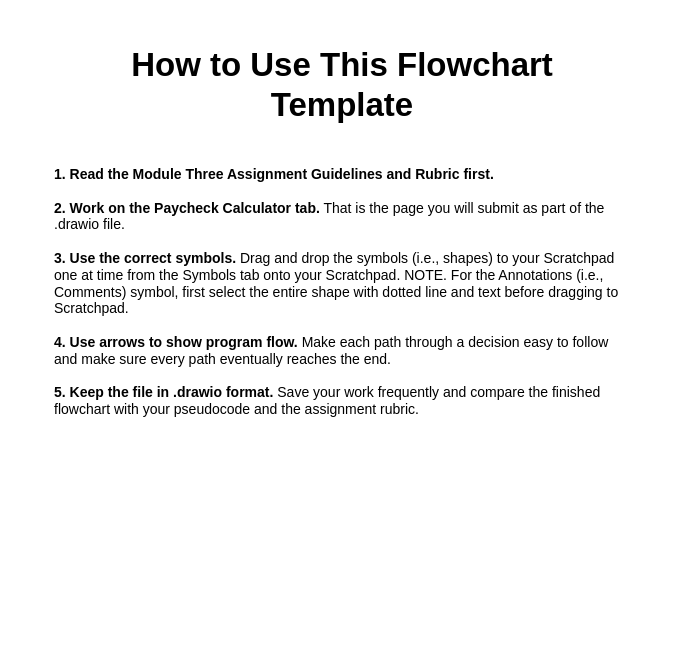
GC-STEM/it140-m3-assignment keeps this draw.io diagram as page "README" (2 of 5) of design/paycheck_calculator.drawio. Above is the earlier version. Source tidied: cells renumbered, new cells numbered last; positions are measured from the earlier drawing's top-left corner, leaving out a move shared by most shapes. Both pictures are drawn from the tidied source at 100%, with x=0, y=0 at pixel (42, 49).
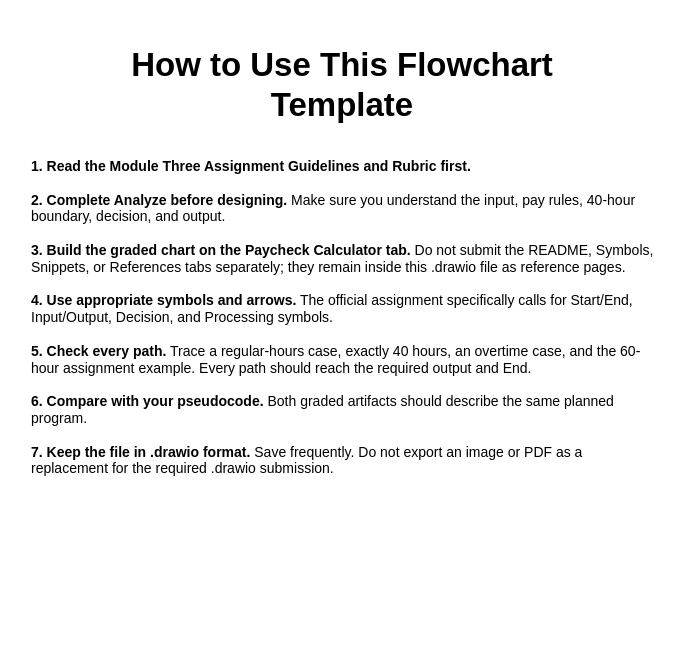
The same diagram, later.

The edit, as a diff of the source:
```diff
@@
 <mxGraphModel background="#ffffff">
   <root>
     <mxCell id="0" />
     <mxCell id="1" parent="0" />
     <mxCell id="2" value="&lt;h2&gt;How to Use This Flowchart Template&lt;/h2&gt;" style="text;html=1;align=center;verticalAlign=middle;whiteSpace=wrap;rounded=0;fontSize=22;" parent="1" vertex="1">
       <mxGeometry x="35" width="530" height="70" as="geometry" />
     </mxCell>
-    <mxCell id="3" value="&lt;b&gt;1. Read the Module Three Assignment Guidelines and Rubric first.&lt;/b&gt;&lt;br&gt;&lt;br&gt;&lt;b&gt;2. Work on the Paycheck Calculator tab.&lt;/b&gt; That is the page you will submit as part of the .drawio file.&lt;br&gt;&lt;br&gt;&lt;b&gt;3. Use the correct symbols.&lt;/b&gt;&amp;nbsp;Drag and drop the symbols (i.e., shapes) to your Scratchpad one at time from the Symbols tab onto your Scratchpad. NOTE. For the Annotations (i.e., Comments) symbol, first select the entire shape with dotted line and text before dragging to Scratchpad.&lt;br&gt;&lt;br&gt;&lt;b&gt;4. Use arrows to show program flow.&lt;/b&gt; Make each path through a decision easy to follow and make sure every path eventually reaches the end.&lt;br&gt;&lt;br&gt;&lt;b&gt;5. Keep the file in .drawio format.&lt;/b&gt; Save your work frequently and compare the finished flowchart with your pseudocode and the assignment rubric." style="text;html=1;align=left;verticalAlign=top;whiteSpace=wrap;rounded=1;strokeWidth=1;spacing=12;fontSize=14;" parent="1" vertex="1">
-      <mxGeometry y="100" width="600" height="360" as="geometry" />
-    </mxCell>
+    <mxCell id="4" value="&lt;b&gt;1. Read the Module Three Assignment Guidelines and Rubric first.&lt;/b&gt;&lt;br&gt;&lt;br&gt;&lt;b&gt;2. Complete Analyze before designing.&lt;/b&gt; Make sure you understand the input, pay rules, 40-hour boundary, decision, and output.&lt;br&gt;&lt;br&gt;&lt;b&gt;3. Build the graded chart on the Paycheck Calculator tab.&lt;/b&gt; Do not submit the README, Symbols, Snippets, or References tabs separately; they remain inside this .drawio file as reference pages.&lt;br&gt;&lt;br&gt;&lt;b&gt;4. Use appropriate symbols and arrows.&lt;/b&gt; The official assignment specifically calls for Start/End, Input/Output, Decision, and Processing symbols.&lt;br&gt;&lt;br&gt;&lt;b&gt;5. Check every path.&lt;/b&gt; Trace a regular-hours case, exactly 40 hours, an overtime case, and the 60-hour assignment example. Every path should reach the required output and End.&lt;br&gt;&lt;br&gt;&lt;b&gt;6. Compare with your pseudocode.&lt;/b&gt; Both graded artifacts should describe the same planned program.&lt;br&gt;&lt;br&gt;&lt;b&gt;7. Keep the file in .drawio format.&lt;/b&gt; Save frequently. Do not export an image or PDF as a replacement for the required .drawio submission." style="text;html=1;align=left;verticalAlign=top;whiteSpace=wrap;rounded=1;strokeWidth=1;spacing=14;fontSize=14;" parent="1" vertex="1">
+      <mxGeometry x="-25" y="90" width="650" height="500" as="geometry" />
+    </mxCell>
   </root>
 </mxGraphModel>
```
